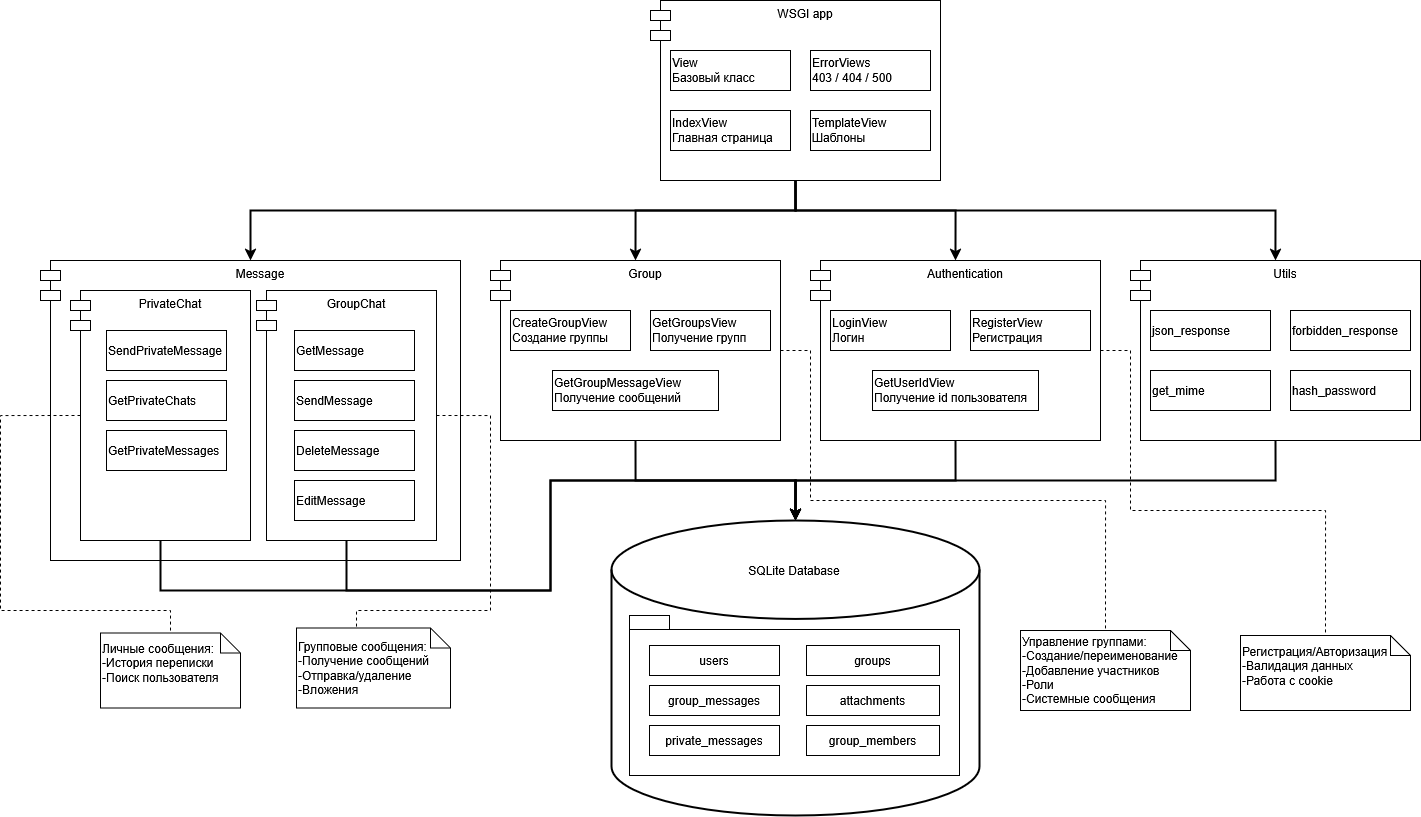
cubema1evich/documentation keeps this draw.io diagram as Practice/Practice_doc/images/Диаграмма компонентов.png. Above is the earlier version. Source tidied: cells renumbered, new cells last; positions are measured from the earlier drawing's top-left corner, leaving out a move shared by most shapes.
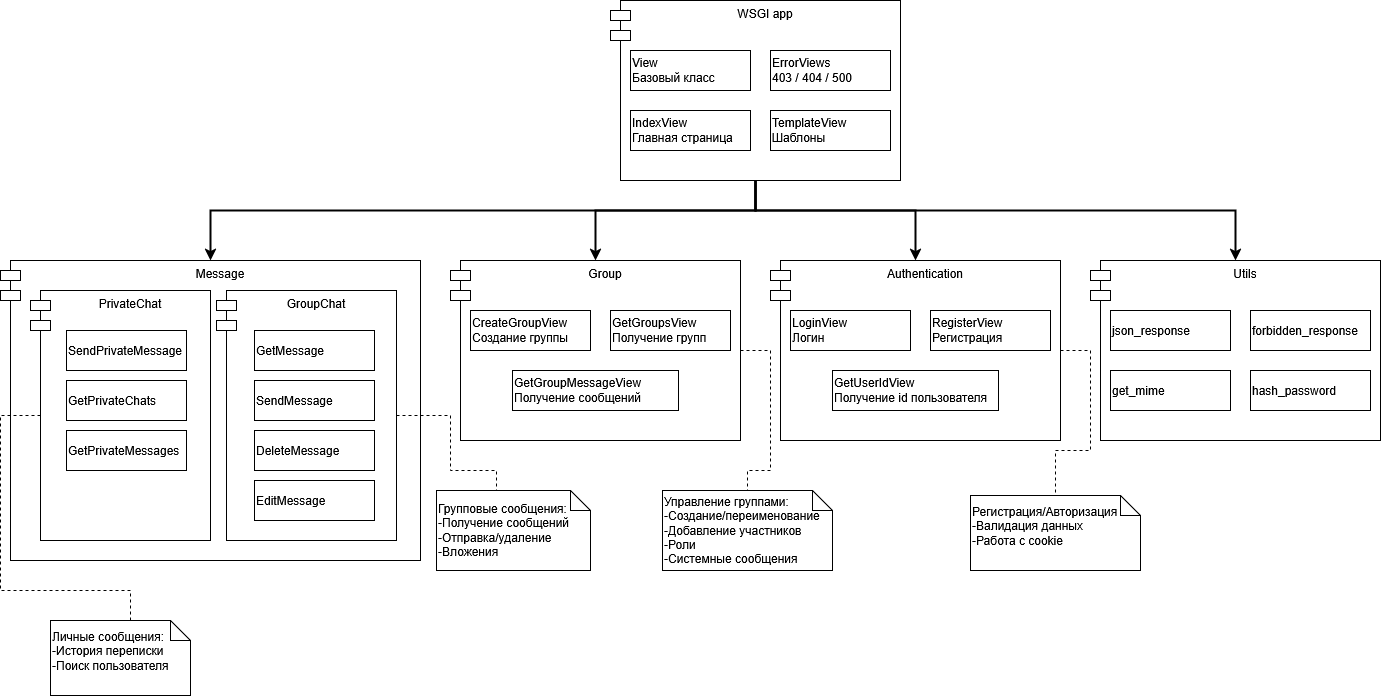
The same file after the commit.

Diff of the diagram source:
```diff
@@ -118,80 +118,25 @@
     <mxCell id="33" value="forbidden_response" style="html=1;whiteSpace=wrap;align=left;" parent="1" vertex="1">
       <mxGeometry x="1290" y="310" width="120" height="40" as="geometry" />
     </mxCell>
-    <mxCell id="34" style="strokeWidth=2;html=1;shape=mxgraph.flowchart.database;whiteSpace=wrap;" parent="1" vertex="1">
-      <mxGeometry x="611" y="520" width="368" height="295" as="geometry" />
-    </mxCell>
-    <mxCell id="35" value="SQLite Database" style="text;html=1;align=center;verticalAlign=middle;whiteSpace=wrap;rounded=0;" parent="1" vertex="1">
-      <mxGeometry x="729" y="555" width="130" height="30" as="geometry" />
-    </mxCell>
-    <mxCell id="36" style="shape=folder;fontStyle=1;spacingTop=10;tabWidth=40;tabHeight=14;tabPosition=left;html=1;whiteSpace=wrap;" parent="1" vertex="1">
-      <mxGeometry x="629" y="615" width="330" height="160" as="geometry" />
-    </mxCell>
-    <mxCell id="37" value="users" style="html=1;whiteSpace=wrap;" parent="1" vertex="1">
-      <mxGeometry x="649" y="645" width="130" height="30" as="geometry" />
-    </mxCell>
-    <mxCell id="38" value="group_messages" style="html=1;whiteSpace=wrap;" parent="1" vertex="1">
-      <mxGeometry x="649" y="685" width="130" height="30" as="geometry" />
-    </mxCell>
-    <mxCell id="39" value="private_messages" style="html=1;whiteSpace=wrap;" parent="1" vertex="1">
-      <mxGeometry x="649" y="725" width="130" height="30" as="geometry" />
-    </mxCell>
-    <mxCell id="40" value="groups" style="html=1;whiteSpace=wrap;" parent="1" vertex="1">
-      <mxGeometry x="806" y="645" width="133" height="30" as="geometry" />
-    </mxCell>
-    <mxCell id="41" value="attachments" style="html=1;whiteSpace=wrap;" parent="1" vertex="1">
-      <mxGeometry x="806" y="685" width="133" height="30" as="geometry" />
-    </mxCell>
-    <mxCell id="42" value="group_members" style="html=1;whiteSpace=wrap;" parent="1" vertex="1">
-      <mxGeometry x="806" y="725" width="133" height="30" as="geometry" />
-    </mxCell>
-    <mxCell id="43" style="edgeStyle=orthogonalEdgeStyle;rounded=0;jettySize=auto;html=1;exitX=0.5;exitY=1;exitDx=0;exitDy=0;entryX=0.5;entryY=0;entryDx=0;entryDy=0;entryPerimeter=0;strokeWidth=2;" parent="1" edge="1" source="16" target="34">
-      <mxGeometry relative="1" as="geometry">
-        <Array as="points">
-          <mxPoint x="346" y="590" />
-          <mxPoint x="550" y="590" />
-          <mxPoint x="550" y="480" />
-          <mxPoint x="795" y="480" />
-        </Array>
-      </mxGeometry>
-    </mxCell>
-    <mxCell id="44" style="edgeStyle=orthogonalEdgeStyle;rounded=0;jettySize=auto;html=1;exitX=0.5;exitY=1;exitDx=0;exitDy=0;entryX=0.5;entryY=0;entryDx=0;entryDy=0;entryPerimeter=0;strokeWidth=2;" parent="1" edge="1" source="12" target="34">
-      <mxGeometry relative="1" as="geometry">
-        <Array as="points">
-          <mxPoint x="160" y="590" />
-          <mxPoint x="550" y="590" />
-          <mxPoint x="550" y="480" />
-          <mxPoint x="795" y="480" />
-        </Array>
-      </mxGeometry>
-    </mxCell>
-    <mxCell id="45" style="edgeStyle=orthogonalEdgeStyle;rounded=0;jettySize=auto;html=1;exitX=0.5;exitY=1;exitDx=0;exitDy=0;entryX=0.5;entryY=0;entryDx=0;entryDy=0;entryPerimeter=0;strokeWidth=2;" parent="1" edge="1" source="21" target="34">
-      <mxGeometry relative="1" as="geometry" />
-    </mxCell>
-    <mxCell id="46" style="edgeStyle=orthogonalEdgeStyle;rounded=0;jettySize=auto;html=1;exitX=0.5;exitY=1;exitDx=0;exitDy=0;entryX=0.5;entryY=0;entryDx=0;entryDy=0;entryPerimeter=0;strokeWidth=2;" parent="1" edge="1" source="25" target="34">
-      <mxGeometry relative="1" as="geometry" />
-    </mxCell>
-    <mxCell id="47" style="edgeStyle=orthogonalEdgeStyle;rounded=0;jettySize=auto;html=1;exitX=0.5;exitY=1;exitDx=0;exitDy=0;entryX=0.5;entryY=0;entryDx=0;entryDy=0;entryPerimeter=0;strokeWidth=2;" parent="1" edge="1" source="29" target="34">
-      <mxGeometry relative="1" as="geometry" />
-    </mxCell>
     <mxCell id="48" value="&lt;div align=&quot;left&quot;&gt;Групповые сообщения:&lt;br&gt;&lt;/div&gt;&lt;div align=&quot;left&quot;&gt;-Получение сообщений &lt;br&gt;&lt;/div&gt;&lt;div align=&quot;left&quot;&gt;-Отправка/удаление&lt;br&gt;-Вложения&lt;/div&gt;" style="shape=note;size=20;whiteSpace=wrap;html=1;align=left;" parent="1" vertex="1">
-      <mxGeometry x="296" y="627.5" width="154" height="80" as="geometry" />
+      <mxGeometry x="476" y="490" width="154" height="80" as="geometry" />
     </mxCell>
     <mxCell id="49" value="&lt;div align=&quot;left&quot;&gt;Личные сообщения:&lt;br&gt;&lt;/div&gt;&lt;div align=&quot;left&quot;&gt;-История переписки &lt;br&gt;&lt;/div&gt;&lt;div align=&quot;left&quot;&gt;-Поиск пользователя&lt;br&gt;&lt;br&gt;&lt;/div&gt;" style="shape=note;size=20;whiteSpace=wrap;html=1;align=left;" parent="1" vertex="1">
-      <mxGeometry x="100" y="632.5" width="140" height="75" as="geometry" />
+      <mxGeometry x="90" y="620" width="140" height="75" as="geometry" />
     </mxCell>
     <mxCell id="50" value="&lt;div align=&quot;left&quot;&gt;Управление группами:&lt;br&gt;&lt;/div&gt;&lt;div align=&quot;left&quot;&gt;-Создание/переименование &lt;br&gt;&lt;/div&gt;&lt;div align=&quot;left&quot;&gt;-Добавление участников&lt;br&gt;-Роли&lt;/div&gt;&lt;div align=&quot;left&quot;&gt;-Системные сообщения&lt;/div&gt;" style="shape=note;size=20;whiteSpace=wrap;html=1;align=left;" parent="1" vertex="1">
-      <mxGeometry x="1020" y="630" width="170" height="80" as="geometry" />
+      <mxGeometry x="702" y="490" width="170" height="80" as="geometry" />
     </mxCell>
     <mxCell id="51" value="&lt;div align=&quot;left&quot;&gt;Регистрация/Авторизация&lt;/div&gt;&lt;div align=&quot;left&quot;&gt;-Валидация данных &lt;br&gt;&lt;/div&gt;&lt;div align=&quot;left&quot;&gt;-Работа с cookie&lt;br&gt;&lt;br&gt;&lt;/div&gt;" style="shape=note;size=20;whiteSpace=wrap;html=1;align=left;" parent="1" vertex="1">
-      <mxGeometry x="1240" y="635" width="170" height="75" as="geometry" />
+      <mxGeometry x="1010" y="495" width="170" height="75" as="geometry" />
     </mxCell>
     <mxCell id="52" style="edgeStyle=orthogonalEdgeStyle;rounded=0;jettySize=auto;html=1;exitX=0;exitY=0.5;exitDx=10;exitDy=0;exitPerimeter=0;entryX=0.5;entryY=0;entryDx=0;entryDy=0;entryPerimeter=0;dashed=1;endArrow=none;startFill=0;" parent="1" edge="1" source="12" target="49">
       <mxGeometry relative="1" as="geometry">
         <Array as="points">
-          <mxPoint y="415" />
-          <mxPoint y="610" />
-          <mxPoint x="170" y="610" />
+          <mxPoint x="40" y="415" />
+          <mxPoint x="40" y="590" />
+          <mxPoint x="170" y="590" />
+          <mxPoint x="170" y="620" />
         </Array>
       </mxGeometry>
     </mxCell>
@@ -199,8 +144,7 @@
       <mxGeometry relative="1" as="geometry">
         <Array as="points">
           <mxPoint x="490" y="415" />
-          <mxPoint x="490" y="610" />
-          <mxPoint x="356" y="610" />
+          <mxPoint x="490" y="470" />
         </Array>
       </mxGeometry>
     </mxCell>
@@ -208,8 +152,8 @@
       <mxGeometry relative="1" as="geometry">
         <Array as="points">
           <mxPoint x="810" y="350" />
-          <mxPoint x="810" y="500" />
-          <mxPoint x="1105" y="500" />
+          <mxPoint x="810" y="470" />
+          <mxPoint x="787" y="470" />
         </Array>
       </mxGeometry>
     </mxCell>
@@ -217,8 +161,8 @@
       <mxGeometry relative="1" as="geometry">
         <Array as="points">
           <mxPoint x="1130" y="350" />
-          <mxPoint x="1130" y="510" />
-          <mxPoint x="1325" y="510" />
+          <mxPoint x="1130" y="450" />
+          <mxPoint x="1095" y="450" />
         </Array>
       </mxGeometry>
     </mxCell>
```
